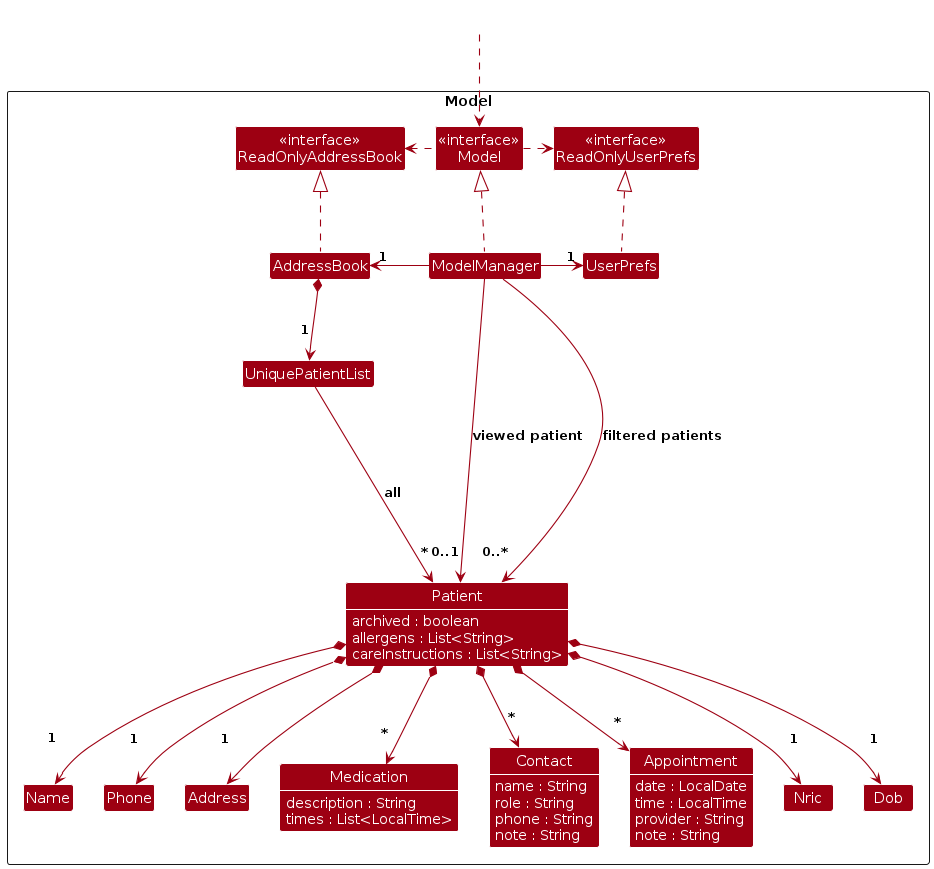
The PlantUML diagram diagrams/ModelClassDiagram.png in AY2627S1-CS2103T-W08-1/tp, before a commit. Its source is kept beside it as diagrams/ModelClassDiagram.puml.
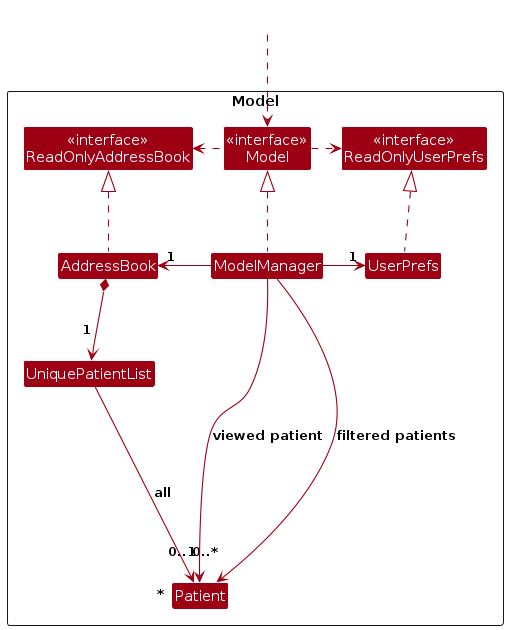
After the change.

Diff of the diagram source:
```diff
@@ -16,36 +16,7 @@
 Class UserPrefs
 
 Class UniquePatientList
-Class Patient {
-  archived : boolean
-  allergens : List<String>
-  careInstructions : List<String>
-}
-Class Medication {
-  description : String
-  times : List<LocalTime>
-}
-Class Contact {
-  name : String
-  role : String
-  phone : String
-  note : String
-}
-Class Appointment {
-  date : LocalDate
-  time : LocalTime
-  provider : String
-  note : String
-}
-show Patient fields
-show Medication fields
-show Contact fields
-show Appointment fields
-Class Address
-Class Name
-Class Nric
-Class Dob
-Class Phone
+Class Patient
 
 Class I #FFFFFF
 }
@@ -64,22 +35,10 @@
 
 AddressBook *--> "1\n" UniquePatientList
 UniquePatientList --> "*\n" Patient : all
-Patient *-down-> "1\n\n" Name
-Patient *-down-> "1\n\n" Nric
-Patient *-down-> "1\n\n" Dob
-Patient *-down-> "1\n\n" Phone
-Patient *-down-> "1\n\n" Address
-Patient *-down-> "*\n" Medication
-Patient *-down-> "*\n" Contact
-Patient *-down-> "*\n" Appointment
 
 Patient -[hidden]up--> I
 UniquePatientList -[hidden]right-> I
 
-Name -[hidden]right-> Phone
-Phone -[hidden]right-> Address
-Medication -[hidden]right-> Contact
-Contact -[hidden]right-> Appointment
 
 ModelManager --> "0..*\n" Patient : filtered patients
 ModelManager --> "0..1\n" Patient : viewed patient
```
